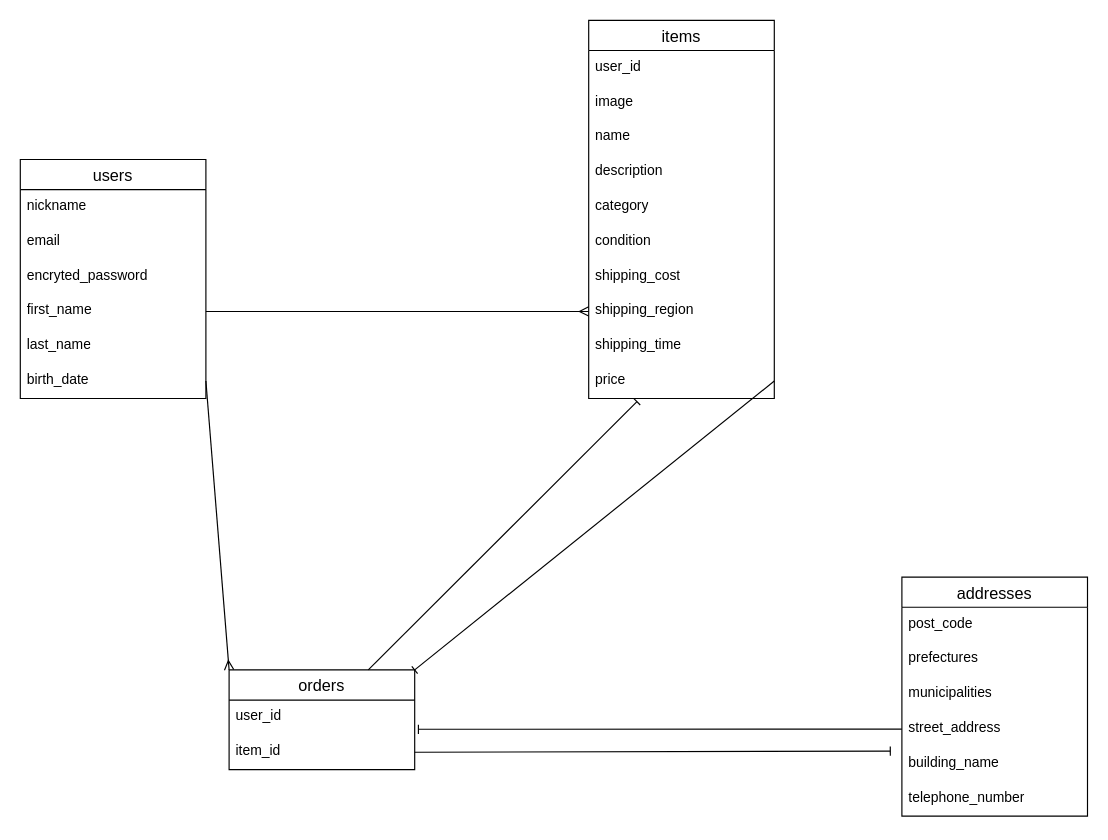
ponyo728/furima-42438 keeps this draw.io diagram as furima.dio. Above is the earlier version. Source tidied: cells renumbered, new cells numbered last; positions are measured from the earlier drawing's top-left corner, leaving out a move shared by most shapes. Both pictures are drawn from the tidied source at 116%, with x=0, y=0 at pixel (20, 20).
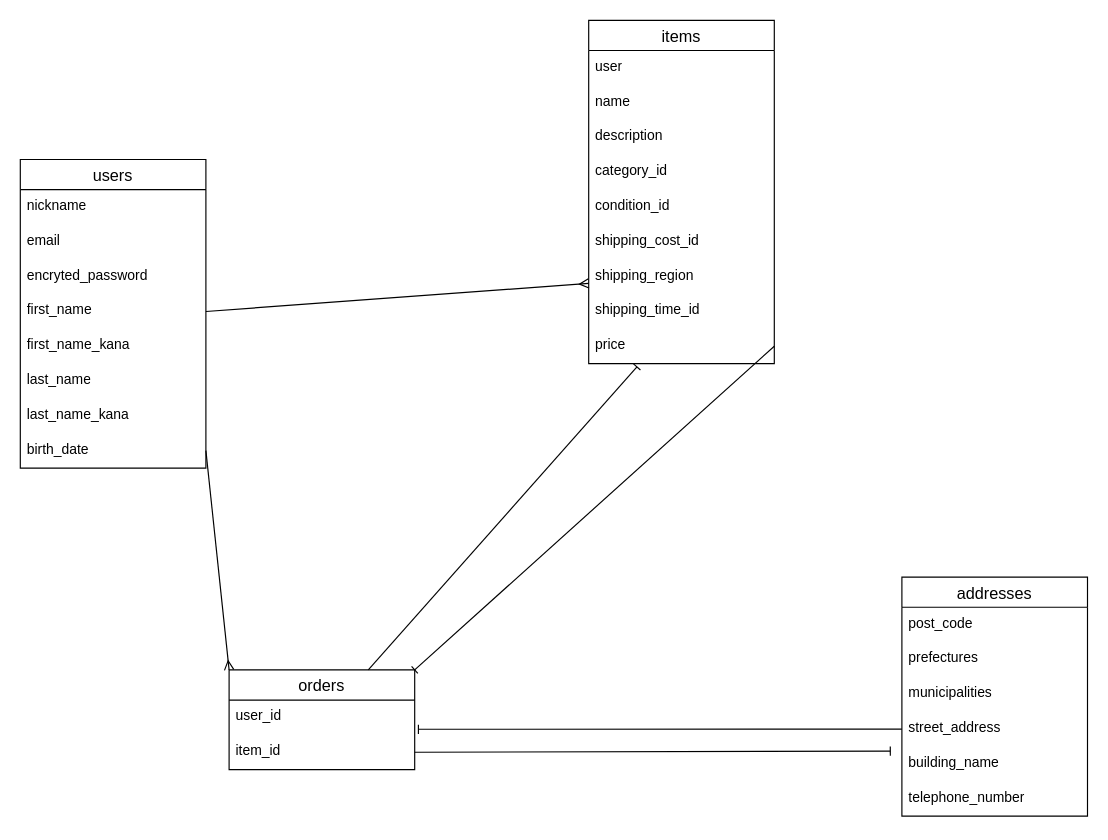
The same diagram, later.

Diff of the diagram source:
```diff
@@
     <mxCell id="2" value="users" style="swimlane;fontStyle=0;horizontal=1;startSize=26;align=center;fontSize=14;" parent="1" vertex="1">
-      <mxGeometry y="120" width="160" height="206" as="geometry" />
+      <mxGeometry y="120" width="160" height="266" as="geometry" />
     </mxCell>
@@
+    <mxCell id="36" value="first_name_kana" style="text;strokeColor=none;fillColor=none;spacingLeft=4;spacingRight=4;overflow=hidden;fontSize=12;whiteSpace=wrap;html=1;" parent="2" vertex="1">
+      <mxGeometry y="146" width="160" height="30" as="geometry" />
+    </mxCell>
     <mxCell id="7" value="last_name" style="text;strokeColor=none;fillColor=none;spacingLeft=4;spacingRight=4;overflow=hidden;fontSize=12;whiteSpace=wrap;html=1;" parent="2" vertex="1">
-      <mxGeometry y="146" width="160" height="30" as="geometry" />
+      <mxGeometry y="176" width="160" height="30" as="geometry" />
     </mxCell>
+    <mxCell id="37" value="last_name_kana" style="text;strokeColor=none;fillColor=none;spacingLeft=4;spacingRight=4;overflow=hidden;fontSize=12;whiteSpace=wrap;html=1;" parent="2" vertex="1">
+      <mxGeometry y="206" width="160" height="30" as="geometry" />
+    </mxCell>
     <mxCell id="8" value="birth_date" style="text;strokeColor=none;fillColor=none;spacingLeft=4;spacingRight=4;overflow=hidden;points=[[0,0.5],[1,0.5]];portConstraint=eastwest;fontSize=12;whiteSpace=wrap;html=1;" parent="2" vertex="1">
-      <mxGeometry y="176" width="160" height="30" as="geometry" />
+      <mxGeometry y="236" width="160" height="30" as="geometry" />
     </mxCell>
     <mxCell id="9" value="items" style="swimlane;fontStyle=0;horizontal=1;startSize=26;align=center;fontSize=14;" parent="1" vertex="1">
-      <mxGeometry x="490" width="160" height="326" as="geometry" />
+      <mxGeometry x="490" width="160" height="296" as="geometry" />
     </mxCell>
-    <mxCell id="10" value="user_id" style="text;strokeColor=none;fillColor=none;spacingLeft=4;spacingRight=4;overflow=hidden;fontSize=12;whiteSpace=wrap;html=1;" parent="9" vertex="1">
+    <mxCell id="10" value="user" style="text;strokeColor=none;fillColor=none;spacingLeft=4;spacingRight=4;overflow=hidden;fontSize=12;whiteSpace=wrap;html=1;" parent="9" vertex="1">
       <mxGeometry y="26" width="160" height="30" as="geometry" />
     </mxCell>
-    <mxCell id="11" value="image" style="text;strokeColor=none;fillColor=none;spacingLeft=4;spacingRight=4;overflow=hidden;fontSize=12;whiteSpace=wrap;html=1;" parent="9" vertex="1">
-      <mxGeometry y="56" width="160" height="30" as="geometry" />
-    </mxCell>
     <mxCell id="12" value="name" style="text;strokeColor=none;fillColor=none;spacingLeft=4;spacingRight=4;overflow=hidden;fontSize=12;whiteSpace=wrap;html=1;" parent="9" vertex="1">
-      <mxGeometry y="86" width="160" height="30" as="geometry" />
+      <mxGeometry y="56" width="160" height="30" as="geometry" />
     </mxCell>
     <mxCell id="13" value="description" style="text;strokeColor=none;fillColor=none;spacingLeft=4;spacingRight=4;overflow=hidden;fontSize=12;whiteSpace=wrap;html=1;" parent="9" vertex="1">
-      <mxGeometry y="116" width="160" height="30" as="geometry" />
+      <mxGeometry y="86" width="160" height="30" as="geometry" />
     </mxCell>
-    <mxCell id="14" value="category" style="text;strokeColor=none;fillColor=none;spacingLeft=4;spacingRight=4;overflow=hidden;fontSize=12;whiteSpace=wrap;html=1;" parent="9" vertex="1">
-      <mxGeometry y="146" width="160" height="30" as="geometry" />
+    <mxCell id="14" value="category_id" style="text;strokeColor=none;fillColor=none;spacingLeft=4;spacingRight=4;overflow=hidden;fontSize=12;whiteSpace=wrap;html=1;" parent="9" vertex="1">
+      <mxGeometry y="116" width="160" height="30" as="geometry" />
     </mxCell>
-    <mxCell id="15" value="condition" style="text;strokeColor=none;fillColor=none;spacingLeft=4;spacingRight=4;overflow=hidden;fontSize=12;whiteSpace=wrap;html=1;" parent="9" vertex="1">
-      <mxGeometry y="176" width="160" height="30" as="geometry" />
+    <mxCell id="15" value="condition_id" style="text;strokeColor=none;fillColor=none;spacingLeft=4;spacingRight=4;overflow=hidden;fontSize=12;whiteSpace=wrap;html=1;" parent="9" vertex="1">
+      <mxGeometry y="146" width="160" height="30" as="geometry" />
     </mxCell>
-    <mxCell id="16" value="&lt;span style=&quot;color: rgb(0, 0, 0);&quot;&gt;shipping_cost&lt;/span&gt;" style="text;strokeColor=none;fillColor=none;spacingLeft=4;spacingRight=4;overflow=hidden;fontSize=12;whiteSpace=wrap;html=1;" parent="9" vertex="1">
-      <mxGeometry y="206" width="160" height="30" as="geometry" />
+    <mxCell id="16" value="&lt;span style=&quot;color: rgb(0, 0, 0);&quot;&gt;shipping_cost_id&lt;/span&gt;" style="text;strokeColor=none;fillColor=none;spacingLeft=4;spacingRight=4;overflow=hidden;fontSize=12;whiteSpace=wrap;html=1;" parent="9" vertex="1">
+      <mxGeometry y="176" width="160" height="30" as="geometry" />
     </mxCell>
     <mxCell id="17" value="shipping_region" style="text;strokeColor=none;fillColor=none;spacingLeft=4;spacingRight=4;overflow=hidden;points=[[0,0.5],[1,0.5]];portConstraint=eastwest;fontSize=12;whiteSpace=wrap;html=1;" parent="9" vertex="1">
-      <mxGeometry y="236" width="160" height="30" as="geometry" />
+      <mxGeometry y="206" width="160" height="30" as="geometry" />
     </mxCell>
-    <mxCell id="18" value="shipping_time" style="text;strokeColor=none;fillColor=none;spacingLeft=4;spacingRight=4;overflow=hidden;fontSize=12;whiteSpace=wrap;html=1;" parent="9" vertex="1">
-      <mxGeometry y="266" width="160" height="30" as="geometry" />
-    </mxCell>
+    <mxCell id="38" value="shipping_time_id" style="text;strokeColor=none;fillColor=none;spacingLeft=4;spacingRight=4;overflow=hidden;fontSize=12;whiteSpace=wrap;html=1;" parent="9" vertex="1">
+      <mxGeometry y="236" width="160" height="30" as="geometry" />
+    </mxCell>
     <mxCell id="19" value="price" style="text;strokeColor=none;fillColor=none;spacingLeft=4;spacingRight=4;overflow=hidden;points=[[0,0.5],[1,0.5]];portConstraint=eastwest;fontSize=12;whiteSpace=wrap;html=1;" parent="9" vertex="1">
-      <mxGeometry y="296" width="160" height="30" as="geometry" />
+      <mxGeometry y="266" width="160" height="30" as="geometry" />
     </mxCell>
```
